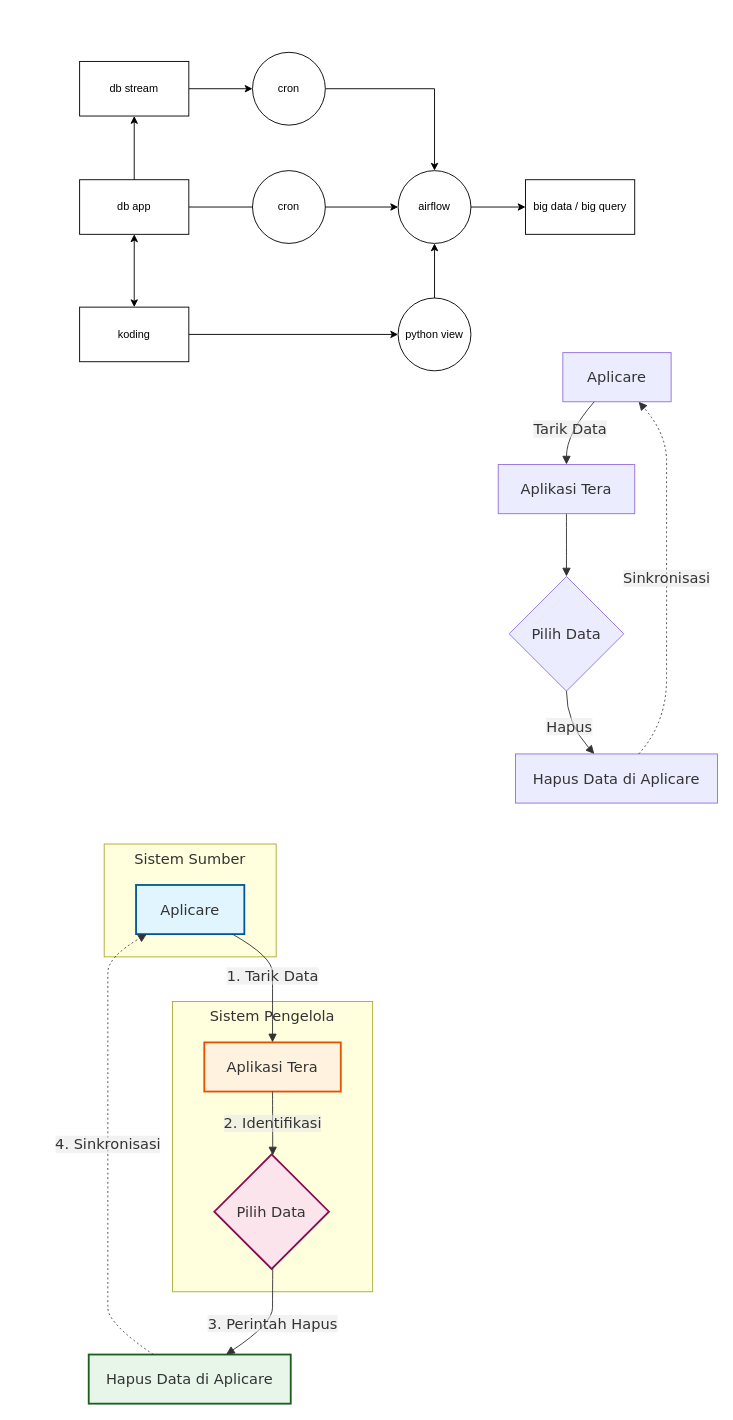
Earlier version of the draw.io diagram aplicare clear data.drawio (Akhmad-R-tera/diagram_job). Source tidied: cells renumbered, new cells numbered last; positions are measured from the earlier drawing's top-left corner, leaving out a move shared by most shapes. Both pictures are drawn from the tidied source at 91%, with x=0, y=0 at pixel (15, 15).
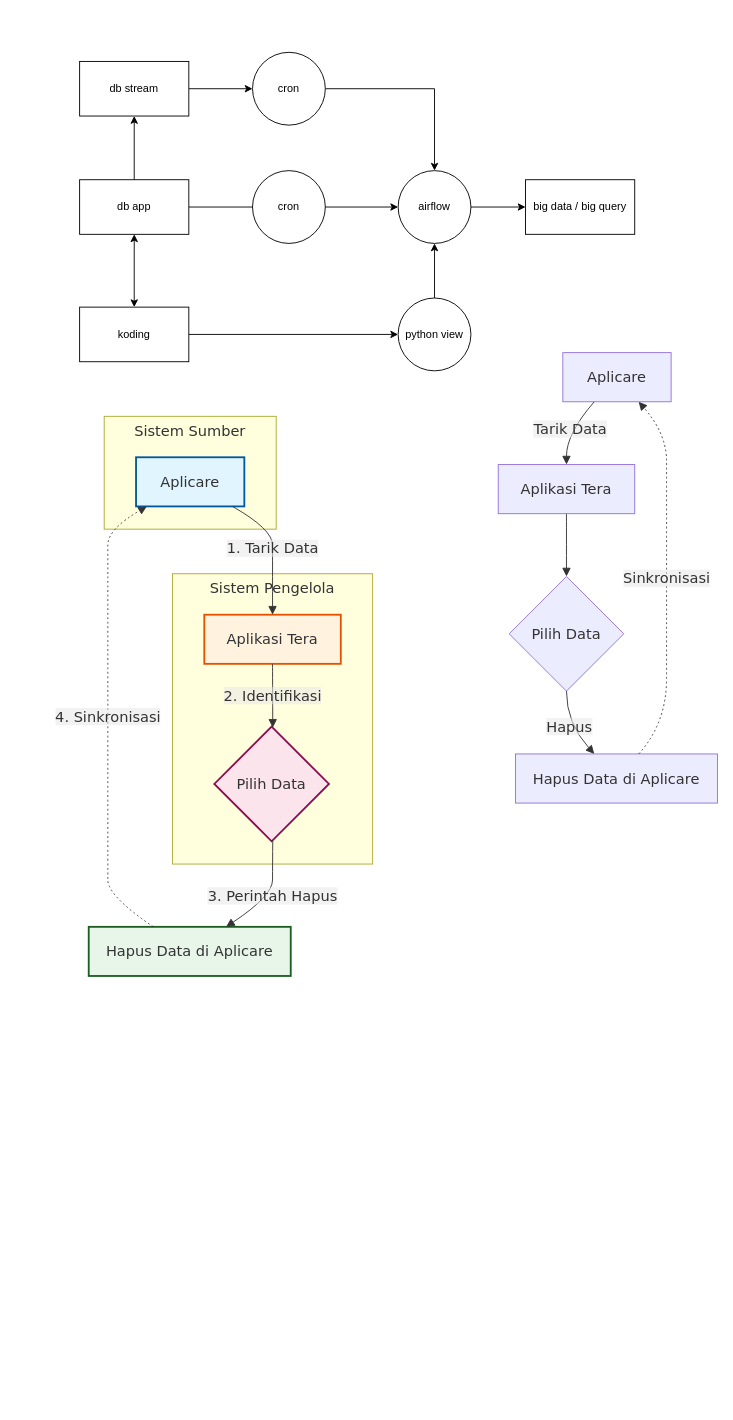
The same page after the edit.

The change refers to these unchanged cells:
```xml
<mxCell id="29" value="Aplicare" style="html=1;whiteSpace=wrap;strokeWidth=2;fillColor=#e1f5fe;strokeColor=#01579b;fontColor=light-dark(#333333,#cccccc);fontFamily=Trebuchet MS,Verdana,Arial,sans-serif;fontSize=16;" parent="28" vertex="1">
  <mxGeometry x="35" y="45" width="119" height="54" as="geometry" />
</mxCell>
<mxCell id="31" value="Aplikasi Tera" style="html=1;whiteSpace=wrap;strokeWidth=2;fillColor=#fff3e0;strokeColor=#e65100;fontColor=light-dark(#333333,#cccccc);fontFamily=Trebuchet MS,Verdana,Arial,sans-serif;fontSize=16;" parent="30" vertex="1">
  <mxGeometry x="35" y="45" width="150" height="54" as="geometry" />
</mxCell>
<mxCell id="32" value="Pilih Data" style="rhombus;html=1;strokeWidth=2;whiteSpace=wrap;fillColor=#fce4ec;strokeColor=#880e4f;fontColor=light-dark(#333333,#cccccc);fontFamily=Trebuchet MS,Verdana,Arial,sans-serif;fontSize=16;" parent="30" vertex="1">
  <mxGeometry x="46" y="168" width="126" height="126" as="geometry" />
</mxCell>
```

Change to the diagram source:
```diff
@@
-    <mxCell id="27" style="group;transparentBounds=1;editIcon=1;lockedGroup=0;groupPadding=10;" parent="1" vertex="1">
+    <mxCell id="27" style="group;transparentBounds=1;editIcon=1;lockedGroup=1;groupPadding=10;" parent="1" vertex="1">
       <mxGeometry as="geometry" />
     </mxCell>
     <mxCell id="28" value="Sistem Sumber" style="html=1;whiteSpace=wrap;strokeWidth=1;verticalAlign=top;fillColor=light-dark(#ffffde,#1f2020);strokeColor=light-dark(#aaaa33,#cccccc);fontColor=light-dark(#333333,#cccccc);fontFamily=Trebuchet MS,Verdana,Arial,sans-serif;fontSize=16;" parent="27" vertex="1">
-      <mxGeometry x="97" y="910" width="189" height="124" as="geometry" />
+      <mxGeometry x="97" y="440" width="189" height="124" as="geometry" />
     </mxCell>
@@
     <mxCell id="30" value="Sistem Pengelola" style="html=1;whiteSpace=wrap;strokeWidth=1;verticalAlign=top;fillColor=light-dark(#ffffde,#1f2020);strokeColor=light-dark(#aaaa33,#cccccc);fontColor=light-dark(#333333,#cccccc);fontFamily=Trebuchet MS,Verdana,Arial,sans-serif;fontSize=16;" parent="27" vertex="1">
-      <mxGeometry x="172" y="1083" width="220" height="319" as="geometry" />
+      <mxGeometry x="172" y="613" width="220" height="319" as="geometry" />
     </mxCell>
@@
     <mxCell id="34" value="Hapus Data di Aplicare" style="html=1;whiteSpace=wrap;strokeWidth=2;fillColor=#e8f5e9;strokeColor=#1b5e20;fontColor=light-dark(#333333,#cccccc);fontFamily=Trebuchet MS,Verdana,Arial,sans-serif;fontSize=16;" parent="27" vertex="1">
-      <mxGeometry x="80" y="1471" width="222" height="54" as="geometry" />
+      <mxGeometry x="80" y="1001" width="222" height="54" as="geometry" />
     </mxCell>
     <mxCell id="35" value="1. Tarik Data" style="curved=1;startArrow=none;endArrow=block;endSize=7;strokeColor=light-dark(#333333,#cccccc);html=1;fontSize=16;labelBackgroundColor=light-dark(#E8E8E88D,#2a2a2a8D);fontFamily=Trebuchet MS,Verdana,Arial,sans-serif;fontColor=light-dark(#333333,#cccccc);exitX=0.89;exitY=1;entryX=0.5;entryY=0;rounded=0;" parent="27" edge="1" source="29" target="31">
       <mxGeometry relative="1" as="geometry">
         <Array as="points">
-          <mxPoint x="282" y="1034" />
-          <mxPoint x="282" y="1069" />
-          <mxPoint x="282" y="1103" />
+          <mxPoint x="282" y="564" />
+          <mxPoint x="282" y="599" />
+          <mxPoint x="282" y="633" />
         </Array>
       </mxGeometry>
     </mxCell>
     <mxCell id="36" value="3. Perintah Hapus" style="curved=1;startArrow=none;endArrow=block;endSize=7;strokeColor=light-dark(#333333,#cccccc);html=1;fontSize=16;labelBackgroundColor=light-dark(#E8E8E88D,#2a2a2a8D);fontFamily=Trebuchet MS,Verdana,Arial,sans-serif;fontColor=light-dark(#333333,#cccccc);exitX=0.51;exitY=1;entryX=0.68;entryY=0;rounded=0;" parent="27" edge="1" source="32" target="34">
       <mxGeometry relative="1" as="geometry">
         <Array as="points">
-          <mxPoint x="282" y="1402" />
-          <mxPoint x="282" y="1437" />
+          <mxPoint x="282" y="932" />
+          <mxPoint x="282" y="967" />
         </Array>
       </mxGeometry>
     </mxCell>
     <mxCell id="37" value="4. Sinkronisasi" style="curved=1;dashed=1;dashPattern=2 3;fixDash=1;startArrow=none;endArrow=block;endSize=7;strokeColor=light-dark(#333333,#cccccc);html=1;fontSize=16;labelBackgroundColor=light-dark(#E8E8E88D,#2a2a2a8D);fontFamily=Trebuchet MS,Verdana,Arial,sans-serif;fontColor=light-dark(#333333,#cccccc);exitX=0.32;exitY=0;entryX=0.1;entryY=1;rounded=0;" parent="27" edge="1" source="34" target="29">
       <mxGeometry relative="1" as="geometry">
         <Array as="points">
-          <mxPoint x="101" y="1437" />
-          <mxPoint x="101" y="1402" />
-          <mxPoint x="101" y="1314" />
-          <mxPoint x="101" y="1217" />
-          <mxPoint x="101" y="1155" />
-          <mxPoint x="101" y="1103" />
-          <mxPoint x="101" y="1069" />
-          <mxPoint x="101" y="1034" />
+          <mxPoint x="101" y="967" />
+          <mxPoint x="101" y="932" />
+          <mxPoint x="101" y="844" />
+          <mxPoint x="101" y="747" />
+          <mxPoint x="101" y="685" />
+          <mxPoint x="101" y="633" />
+          <mxPoint x="101" y="599" />
+          <mxPoint x="101" y="564" />
         </Array>
       </mxGeometry>
     </mxCell>
```
